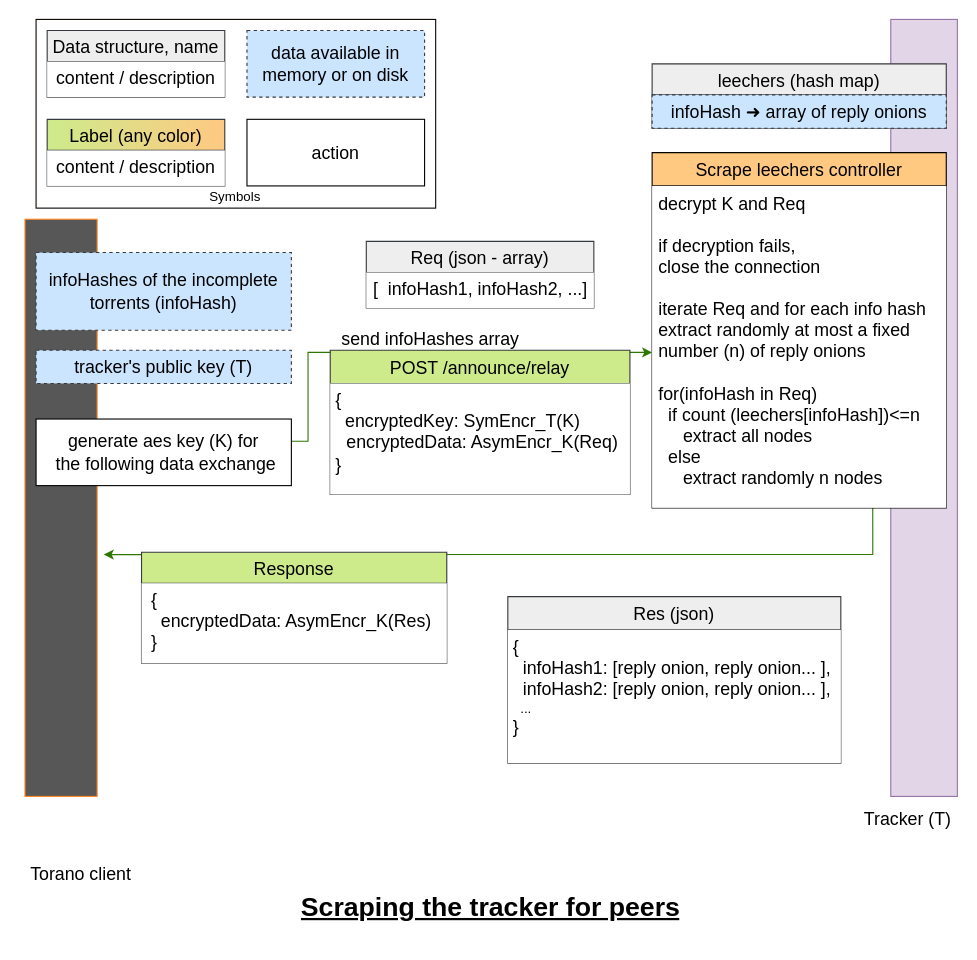
The draw.io diagram protocol schemas/tracker api/scrape leechers.drawio in davidviziteu/tor-torrent, before the edit. Source tidied: cells renumbered, new cells numbered last; positions are measured from the earlier drawing's top-left corner, leaving out a move shared by most shapes. Both pictures are drawn from the tidied source at 111%, with x=0, y=0 at pixel (19, 19).
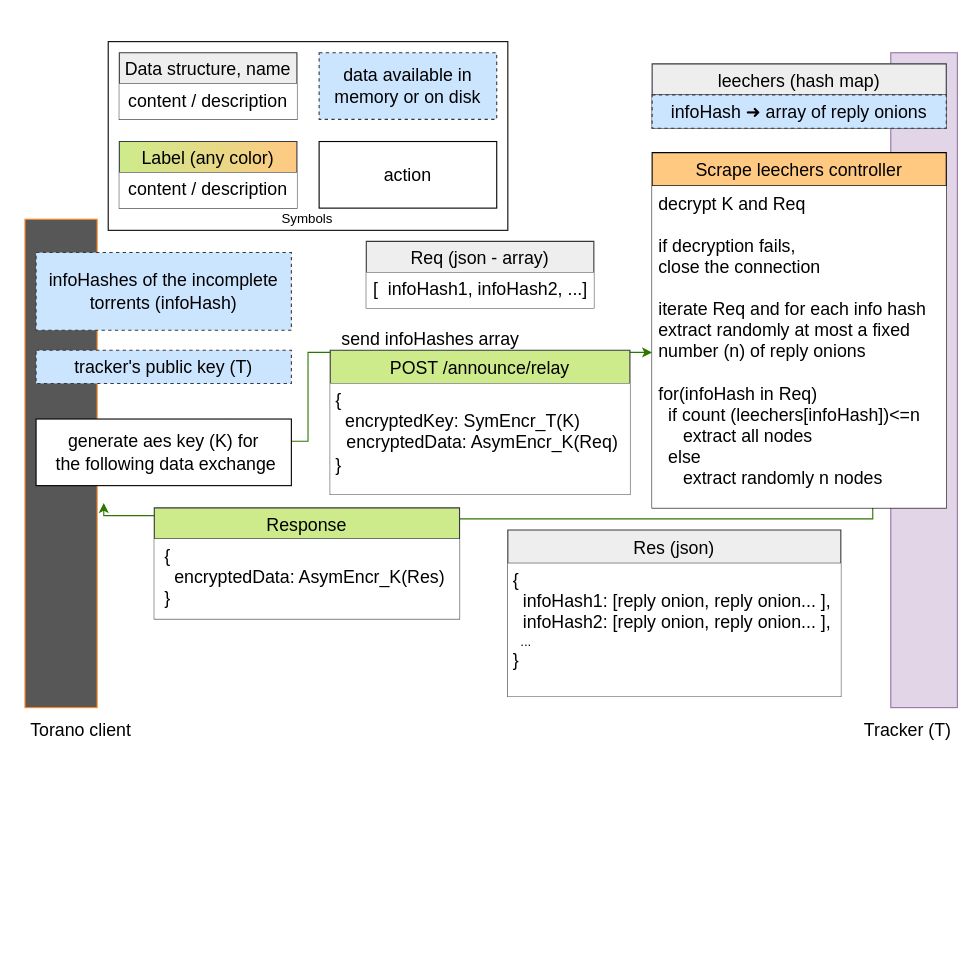
The same page after the edit.

The change refers to these unchanged cells:
```xml
<mxCell id="7" value="Scrape leechers controller" style="swimlane;fontStyle=0;horizontal=1;startSize=30;rounded=0;fontSize=16;fontColor=default;strokeColor=#000000;fillColor=#FFC982;" parent="1" vertex="1">
  <mxGeometry x="570" y="120" width="265" height="320" as="geometry" />
</mxCell>
```

The edit, as a diff of the source:
```diff
@@
-    <mxCell id="2" value="&lt;h1&gt;&lt;u&gt;Scraping the tracker for peers&lt;/u&gt;&lt;/h1&gt;&lt;span style=&quot;background-color: initial;&quot;&gt;&lt;br&gt;&lt;/span&gt;" style="text;html=1;strokeColor=none;fillColor=none;spacing=5;spacingTop=-20;whiteSpace=wrap;overflow=hidden;rounded=0;" parent="1" vertex="1">
-      <mxGeometry x="249" y="780" width="352" height="50" as="geometry" />
-    </mxCell>
     <mxCell id="3" style="rounded=0;whiteSpace=wrap;html=1;fillColor=#575757;gradientColor=none;strokeColor=#FF8826;" parent="1" vertex="1">
-      <mxGeometry x="5" y="180" width="65" height="520" as="geometry" />
+      <mxGeometry x="5" y="180" width="65" height="440" as="geometry" />
     </mxCell>
     <mxCell id="4" style="rounded=0;whiteSpace=wrap;html=1;fillColor=#e1d5e7;strokeColor=#9673a6;" parent="1" vertex="1">
-      <mxGeometry x="785" width="60" height="700" as="geometry" />
+      <mxGeometry x="785" y="30" width="60" height="590" as="geometry" />
     </mxCell>
     <mxCell id="5" value="&lt;font style=&quot;font-size: 16px;&quot;&gt;Tracker (T)&lt;br&gt;&lt;/font&gt;" style="text;html=1;align=center;verticalAlign=middle;strokeColor=none;fillColor=none;" parent="1" vertex="1">
-      <mxGeometry x="755" y="710" width="90" height="20" as="geometry" />
+      <mxGeometry x="755" y="630" width="90" height="20" as="geometry" />
     </mxCell>
     <mxCell id="6" style="edgeStyle=orthogonalEdgeStyle;rounded=0;jettySize=auto;html=1;exitX=0.75;exitY=1;exitDx=0;exitDy=0;entryX=1.092;entryY=0.581;entryDx=0;entryDy=0;entryPerimeter=0;strokeColor=#2D7600;" parent="1" edge="1" source="7" target="3">
-      <mxGeometry relative="1" as="geometry" />
+      <mxGeometry relative="1" as="geometry">
+        <Array as="points">
+          <mxPoint x="769" y="450" />
+          <mxPoint x="320" y="450" />
+          <mxPoint x="320" y="447" />
+        </Array>
+      </mxGeometry>
     </mxCell>
@@
     <mxCell id="12" value="&lt;font style=&quot;font-size: 16px;&quot;&gt;Torano client&lt;br&gt;&lt;/font&gt;" style="text;html=1;align=center;verticalAlign=middle;strokeColor=none;fillColor=none;" parent="1" vertex="1">
-      <mxGeometry y="760" width="110" height="20" as="geometry" />
+      <mxGeometry y="630" width="110" height="20" as="geometry" />
     </mxCell>
@@
     <mxCell id="17" value="Response" style="swimlane;fontStyle=0;horizontal=1;startSize=28;rounded=0;fontSize=16;fillColor=#cdeb8b;strokeColor=#36393d;gradientDirection=east;" parent="1" vertex="1">
-      <mxGeometry x="110" y="480" width="275" height="100" as="geometry" />
+      <mxGeometry x="121.5" y="440" width="275" height="100" as="geometry" />
     </mxCell>
@@
     <mxCell id="23" value="Res (json)" style="swimlane;fontStyle=0;horizontal=1;startSize=30;rounded=0;fontSize=16;strokeColor=#36393d;fillColor=#eeeeee;" parent="1" vertex="1">
-      <mxGeometry x="440" y="520" width="300" height="150" as="geometry" />
+      <mxGeometry x="440" y="460" width="300" height="150" as="geometry" />
     </mxCell>
@@
     <mxCell id="25" style="rounded=0;whiteSpace=wrap;html=1;fillColor=default;strokeColor=#0D0702;" parent="1" vertex="1">
-      <mxGeometry x="15" width="360" height="170" as="geometry" />
+      <mxGeometry x="80" y="20" width="360" height="170" as="geometry" />
     </mxCell>
     <mxCell id="26" value="&lt;font style=&quot;font-size: 16px;&quot;&gt;data&amp;nbsp;&lt;span&gt;&lt;span&gt;available in memory or on disk&lt;/span&gt;&lt;/span&gt;&lt;br&gt;&lt;/font&gt;" style="rounded=0;whiteSpace=wrap;html=1;fillColor=#cce5ff;strokeColor=#36393d;dashed=1;strokeWidth=1;" parent="1" vertex="1">
-      <mxGeometry x="205" y="10" width="160" height="60" as="geometry" />
+      <mxGeometry x="270" y="30" width="160" height="60" as="geometry" />
     </mxCell>
     <mxCell id="27" value="Data structure, name" style="swimlane;fontStyle=0;horizontal=1;startSize=28;rounded=0;fontSize=16;fillColor=#eeeeee;strokeColor=#36393d;" parent="1" vertex="1">
-      <mxGeometry x="25" y="10" width="160" height="60" as="geometry" />
+      <mxGeometry x="90" y="30" width="160" height="60" as="geometry" />
     </mxCell>
@@
     <mxCell id="29" value="Label (any color)" style="swimlane;fontStyle=0;horizontal=1;startSize=28;rounded=0;fontSize=16;fillColor=#cdeb8b;strokeColor=#36393d;gradientColor=#FFC982;gradientDirection=east;" parent="1" vertex="1">
-      <mxGeometry x="25" y="90" width="160" height="60" as="geometry" />
+      <mxGeometry x="90" y="110" width="160" height="60" as="geometry" />
     </mxCell>
@@
     <mxCell id="31" value="&lt;font style=&quot;font-size: 16px;&quot;&gt;action&lt;br&gt;&lt;/font&gt;" style="rounded=0;whiteSpace=wrap;html=1;fillColor=default;strokeColor=#050301;" parent="1" vertex="1">
-      <mxGeometry x="205" y="90" width="160" height="60" as="geometry" />
+      <mxGeometry x="270" y="110" width="160" height="60" as="geometry" />
     </mxCell>
     <mxCell id="32" value="Symbols" style="text;html=1;align=center;verticalAlign=middle;strokeColor=none;fillColor=none;" parent="1" vertex="1">
-      <mxGeometry x="164" y="150" width="60" height="20" as="geometry" />
+      <mxGeometry x="229" y="170" width="60" height="20" as="geometry" />
     </mxCell>
```
